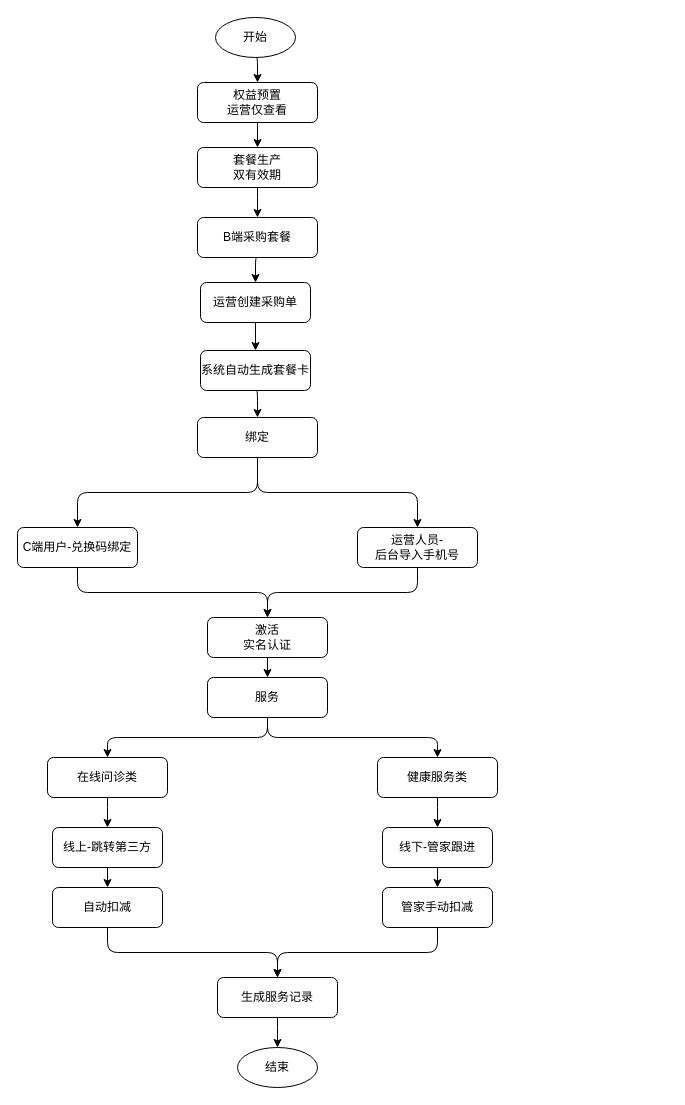
This is draw/未命名绘图.drawio from linya923/drawio, a draw.io file, before an edit. Source tidied: cells renumbered, new cells numbered last; positions are measured from the earlier drawing's top-left corner, leaving out a move shared by most shapes. Both pictures are drawn from the tidied source at 100%, with x=0, y=0 at pixel (17, 17).
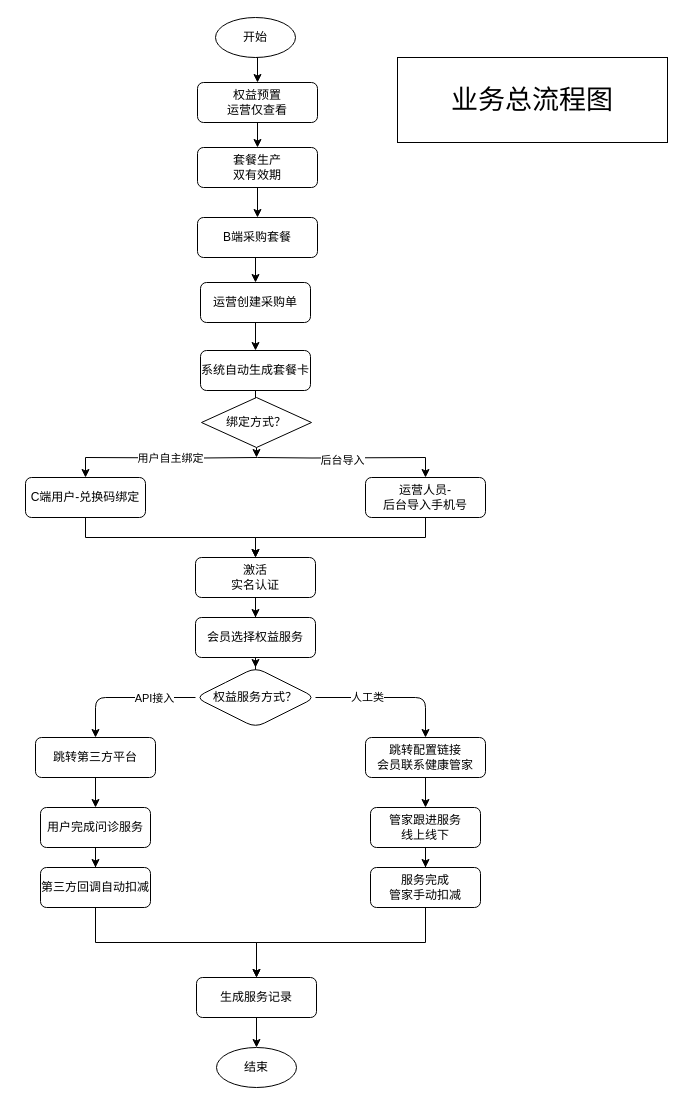
The same page after the edit.

Commit message:
更新未命名绘图.drawio

The change refers to these unchanged cells:
```xml
<mxCell id="3" value="权益预置&lt;div&gt;运营仅查看&lt;/div&gt;" style="rounded=1;whiteSpace=wrap;html=1;fontSize=12;glass=0;strokeWidth=1;shadow=0;roundedPerimeter=1;" parent="1" vertex="1">
  <mxGeometry x="180" y="65" width="120" height="40" as="geometry" />
</mxCell>
<mxCell id="5" value="套餐生产&lt;div&gt;双有效期&lt;/div&gt;" style="rounded=1;whiteSpace=wrap;html=1;fontSize=12;glass=0;strokeWidth=1;shadow=0;roundedPerimeter=1;" parent="1" vertex="1">
  <mxGeometry x="180" y="130" width="120" height="40" as="geometry" />
</mxCell>
<mxCell id="7" value="B端采购套餐" style="rounded=1;whiteSpace=wrap;html=1;fontSize=12;glass=0;strokeWidth=1;shadow=0;roundedPerimeter=1;" parent="1" vertex="1">
  <mxGeometry x="180" y="200" width="120" height="40" as="geometry" />
</mxCell>
<mxCell id="16" value="运营创建采购单" style="rounded=1;whiteSpace=wrap;html=1;roundedPerimeter=1;" parent="1" vertex="1">
  <mxGeometry x="183" y="265" width="110" height="40" as="geometry" />
</mxCell>
<mxCell id="18" value="系统自动生成套餐卡" style="rounded=1;whiteSpace=wrap;html=1;roundedPerimeter=1;" parent="1" vertex="1">
  <mxGeometry x="183" y="333" width="110" height="40" as="geometry" />
</mxCell>
<mxCell id="40" value="开始" style="ellipse;whiteSpace=wrap;html=1;shapeInside=1;rounded=1;glass=0;strokeWidth=1;shadow=0;roundedPerimeter=1;" parent="1" vertex="1">
  <mxGeometry x="198" width="80" height="40" as="geometry" />
</mxCell>
```

What changed in the source:
```diff
@@
-    <mxCell id="2" style="edgeStyle=orthogonalEdgeStyle;rounded=1;jettySize=auto;html=1;exitX=0.5;exitY=1;exitDx=0;exitDy=0;entryX=0.5;entryY=0;entryDx=0;entryDy=0;defaultLabelBackgroundColor=page;" parent="1" edge="1" source="3" target="5">
+    <mxCell id="2" style="edgeStyle=orthogonalEdgeStyle;rounded=0;jettySize=auto;html=1;exitX=0.5;exitY=1;exitDx=0;exitDy=0;entryX=0.5;entryY=0;entryDx=0;entryDy=0;defaultLabelBackgroundColor=page;flowAnimation=0;curved=0;" parent="1" edge="1" source="3" target="5">
       <mxGeometry relative="1" as="geometry" />
     </mxCell>
@@
-    <mxCell id="4" style="edgeStyle=orthogonalEdgeStyle;rounded=1;jettySize=auto;html=1;exitX=0.5;exitY=1;exitDx=0;exitDy=0;defaultLabelBackgroundColor=page;" parent="1" edge="1" source="5" target="7">
+    <mxCell id="4" style="edgeStyle=orthogonalEdgeStyle;rounded=0;jettySize=auto;html=1;exitX=0.5;exitY=1;exitDx=0;exitDy=0;defaultLabelBackgroundColor=page;curved=0;" parent="1" edge="1" source="5" target="7">
       <mxGeometry relative="1" as="geometry" />
     </mxCell>
@@
-    <mxCell id="6" style="edgeStyle=orthogonalEdgeStyle;rounded=1;jettySize=auto;html=1;exitX=0.5;exitY=1;exitDx=0;exitDy=0;entryX=0.5;entryY=0;entryDx=0;entryDy=0;defaultLabelBackgroundColor=page;" parent="1" edge="1" source="7" target="16">
+    <mxCell id="6" style="edgeStyle=orthogonalEdgeStyle;rounded=0;jettySize=auto;html=1;exitX=0.5;exitY=1;exitDx=0;exitDy=0;entryX=0.5;entryY=0;entryDx=0;entryDy=0;defaultLabelBackgroundColor=page;curved=0;" parent="1" edge="1" source="7" target="16">
       <mxGeometry relative="1" as="geometry" />
     </mxCell>
@@
-    <mxCell id="8" style="edgeStyle=orthogonalEdgeStyle;rounded=1;jettySize=auto;html=1;exitX=0.5;exitY=1;exitDx=0;exitDy=0;entryX=0.5;entryY=0;entryDx=0;entryDy=0;defaultLabelBackgroundColor=page;" parent="1" edge="1" source="10" target="12">
-      <mxGeometry x="-0.85" relative="1" as="geometry" />
+    <mxCell id="8" style="edgeStyle=orthogonalEdgeStyle;rounded=0;jettySize=auto;html=1;exitX=0.5;exitY=1;exitDx=0;exitDy=0;entryX=0.5;entryY=0;entryDx=0;entryDy=0;defaultLabelBackgroundColor=page;curved=0;" parent="1" edge="1" target="12">
+      <mxGeometry x="-0.85" relative="1" as="geometry">
+        <mxPoint x="240" y="440" as="sourcePoint" />
+      </mxGeometry>
     </mxCell>
+    <mxCell id="41" value="用户自主绑定" style="edgeLabel;html=1;align=center;verticalAlign=middle;inheritText=1;defaultLabelBackgroundColor=page;" parent="8" vertex="1">
+      <mxGeometry x="-0.09" relative="1" as="geometry" />
+    </mxCell>
-    <mxCell id="9" style="edgeStyle=orthogonalEdgeStyle;rounded=1;jettySize=auto;html=1;exitX=0.5;exitY=1;exitDx=0;exitDy=0;entryX=0.5;entryY=0;entryDx=0;entryDy=0;defaultLabelBackgroundColor=page;" parent="1" edge="1" source="10" target="14">
-      <mxGeometry relative="1" as="geometry" />
+    <mxCell id="9" style="edgeStyle=orthogonalEdgeStyle;rounded=0;jettySize=auto;html=1;exitX=0.5;exitY=1;exitDx=0;exitDy=0;entryX=0.5;entryY=0;entryDx=0;entryDy=0;defaultLabelBackgroundColor=page;flowAnimation=0;followTerminals=0;curved=0;" parent="1" edge="1" target="14">
+      <mxGeometry relative="1" as="geometry">
+        <mxPoint x="240" y="440" as="sourcePoint" />
+      </mxGeometry>
     </mxCell>
-    <mxCell id="10" value="绑定" style="rounded=1;whiteSpace=wrap;html=1;fontSize=12;glass=0;strokeWidth=1;shadow=0;roundedPerimeter=1;" parent="1" vertex="1">
-      <mxGeometry x="180" y="400" width="120" height="40" as="geometry" />
-    </mxCell>
+    <mxCell id="42" value="后台导入" style="edgeLabel;html=1;align=center;verticalAlign=middle;inheritText=1;defaultLabelBackgroundColor=page;" parent="9" vertex="1">
+      <mxGeometry x="-0.1" y="-2" relative="1" as="geometry" />
+    </mxCell>
-    <mxCell id="11" style="edgeStyle=orthogonalEdgeStyle;rounded=1;jettySize=auto;html=1;exitX=0.5;exitY=1;exitDx=0;exitDy=0;defaultLabelBackgroundColor=page;" parent="1" edge="1" source="12" target="20">
+    <mxCell id="11" style="edgeStyle=orthogonalEdgeStyle;rounded=0;jettySize=auto;html=1;exitX=0.5;exitY=1;exitDx=0;exitDy=0;defaultLabelBackgroundColor=page;curved=0;" parent="1" edge="1" source="12" target="20">
       <mxGeometry relative="1" as="geometry" />
     </mxCell>
     <mxCell id="12" value="C端用户-兑换码绑定" style="rounded=1;whiteSpace=wrap;html=1;fontSize=12;glass=0;strokeWidth=1;shadow=0;roundedPerimeter=1;" parent="1" vertex="1">
-      <mxGeometry y="510" width="120" height="40" as="geometry" />
+      <mxGeometry x="8" y="460" width="120" height="40" as="geometry" />
     </mxCell>
-    <mxCell id="13" style="edgeStyle=orthogonalEdgeStyle;rounded=1;jettySize=auto;html=1;exitX=0.5;exitY=1;exitDx=0;exitDy=0;entryX=0.5;entryY=0;entryDx=0;entryDy=0;defaultLabelBackgroundColor=page;" parent="1" edge="1" source="14" target="20">
+    <mxCell id="13" style="edgeStyle=orthogonalEdgeStyle;rounded=0;jettySize=auto;html=1;exitX=0.5;exitY=1;exitDx=0;exitDy=0;entryX=0.5;entryY=0;entryDx=0;entryDy=0;defaultLabelBackgroundColor=page;curved=0;" parent="1" edge="1" source="14" target="20">
       <mxGeometry relative="1" as="geometry" />
     </mxCell>
     <mxCell id="14" value="运营人员-&lt;div&gt;后台导入手机号&lt;/div&gt;" style="rounded=1;whiteSpace=wrap;html=1;fontSize=12;glass=0;strokeWidth=1;shadow=0;roundedPerimeter=1;" parent="1" vertex="1">
-      <mxGeometry x="340" y="510" width="120" height="40" as="geometry" />
+      <mxGeometry x="348" y="460" width="120" height="40" as="geometry" />
     </mxCell>
-    <mxCell id="15" style="edgeStyle=orthogonalEdgeStyle;rounded=1;jettySize=auto;html=1;exitX=0.5;exitY=1;exitDx=0;exitDy=0;defaultLabelBackgroundColor=page;" parent="1" edge="1" source="16" target="18">
+    <mxCell id="15" style="edgeStyle=orthogonalEdgeStyle;rounded=0;jettySize=auto;html=1;exitX=0.5;exitY=1;exitDx=0;exitDy=0;defaultLabelBackgroundColor=page;curved=0;" parent="1" edge="1" source="16" target="18">
       <mxGeometry relative="1" as="geometry" />
     </mxCell>
@@
-    <mxCell id="17" style="edgeStyle=orthogonalEdgeStyle;rounded=1;jettySize=auto;html=1;exitX=0.5;exitY=1;exitDx=0;exitDy=0;entryX=0.5;entryY=0;entryDx=0;entryDy=0;defaultLabelBackgroundColor=page;" parent="1" edge="1" source="18" target="10">
-      <mxGeometry relative="1" as="geometry" />
-    </mxCell>
+    <mxCell id="43" style="edgeStyle=orthogonalEdgeStyle;rounded=1;jettySize=auto;html=1;defaultLabelBackgroundColor=page;" parent="1" edge="1" source="18" target="46">
+      <mxGeometry relative="1" as="geometry" />
+    </mxCell>
@@
-    <mxCell id="19" style="edgeStyle=orthogonalEdgeStyle;rounded=1;jettySize=auto;html=1;defaultLabelBackgroundColor=page;" parent="1" edge="1" source="20" target="23">
+    <mxCell id="19" style="edgeStyle=orthogonalEdgeStyle;rounded=0;jettySize=auto;html=1;defaultLabelBackgroundColor=page;curved=0;" parent="1" edge="1" source="20" target="23">
       <mxGeometry relative="1" as="geometry" />
     </mxCell>
     <mxCell id="20" value="激活&lt;div&gt;实名认证&lt;/div&gt;" style="rounded=1;whiteSpace=wrap;html=1;fontSize=12;glass=0;strokeWidth=1;shadow=0;roundedPerimeter=1;" parent="1" vertex="1">
-      <mxGeometry x="190" y="600" width="120" height="40" as="geometry" />
+      <mxGeometry x="178" y="540" width="120" height="40" as="geometry" />
     </mxCell>
-    <mxCell id="21" style="edgeStyle=orthogonalEdgeStyle;rounded=1;jettySize=auto;html=1;exitX=0.5;exitY=1;exitDx=0;exitDy=0;defaultLabelBackgroundColor=page;" parent="1" edge="1" source="23" target="25">
-      <mxGeometry relative="1" as="geometry" />
-    </mxCell>
-    <mxCell id="22" style="edgeStyle=orthogonalEdgeStyle;rounded=1;jettySize=auto;html=1;exitX=0.5;exitY=1;exitDx=0;exitDy=0;entryX=0.5;entryY=0;entryDx=0;entryDy=0;defaultLabelBackgroundColor=page;" parent="1" edge="1" source="23" target="27">
-      <mxGeometry relative="1" as="geometry" />
-    </mxCell>
+    <mxCell id="44" style="edgeStyle=orthogonalEdgeStyle;rounded=1;jettySize=auto;html=1;defaultLabelBackgroundColor=page;" parent="1" edge="1" source="23" target="51">
+      <mxGeometry relative="1" as="geometry" />
+    </mxCell>
-    <mxCell id="23" value="服务" style="whiteSpace=wrap;html=1;rounded=1;glass=0;strokeWidth=1;shadow=0;roundedPerimeter=1;" parent="1" vertex="1">
-      <mxGeometry x="190" y="660" width="120" height="40" as="geometry" />
+    <mxCell id="23" value="会员选择权益服务" style="whiteSpace=wrap;html=1;rounded=1;glass=0;strokeWidth=1;shadow=0;roundedPerimeter=1;" parent="1" vertex="1">
+      <mxGeometry x="178" y="600" width="120" height="40" as="geometry" />
     </mxCell>
-    <mxCell id="24" style="edgeStyle=orthogonalEdgeStyle;rounded=1;jettySize=auto;html=1;exitX=0.5;exitY=1;exitDx=0;exitDy=0;defaultLabelBackgroundColor=page;" parent="1" edge="1" source="25" target="29">
+    <mxCell id="24" style="edgeStyle=orthogonalEdgeStyle;rounded=0;jettySize=auto;html=1;exitX=0.5;exitY=1;exitDx=0;exitDy=0;defaultLabelBackgroundColor=page;curved=0;" parent="1" edge="1" source="25" target="29">
       <mxGeometry relative="1" as="geometry" />
     </mxCell>
-    <mxCell id="25" value="在线问诊类" style="whiteSpace=wrap;html=1;rounded=1;glass=0;strokeWidth=1;shadow=0;roundedPerimeter=1;" parent="1" vertex="1">
-      <mxGeometry x="30" y="740" width="120" height="40" as="geometry" />
+    <mxCell id="25" value="跳转第三方平台" style="whiteSpace=wrap;html=1;rounded=1;glass=0;strokeWidth=1;shadow=0;roundedPerimeter=1;" parent="1" vertex="1">
+      <mxGeometry x="18" y="720" width="120" height="40" as="geometry" />
     </mxCell>
-    <mxCell id="26" style="edgeStyle=orthogonalEdgeStyle;rounded=1;jettySize=auto;html=1;exitX=0.5;exitY=1;exitDx=0;exitDy=0;defaultLabelBackgroundColor=page;" parent="1" edge="1" source="27" target="31">
+    <mxCell id="26" style="edgeStyle=orthogonalEdgeStyle;rounded=0;jettySize=auto;html=1;exitX=0.5;exitY=1;exitDx=0;exitDy=0;defaultLabelBackgroundColor=page;curved=0;" parent="1" edge="1" source="27" target="31">
       <mxGeometry relative="1" as="geometry" />
     </mxCell>
-    <mxCell id="27" value="健康服务类" style="whiteSpace=wrap;html=1;rounded=1;glass=0;strokeWidth=1;shadow=0;roundedPerimeter=1;" parent="1" vertex="1">
-      <mxGeometry x="360" y="740" width="120" height="40" as="geometry" />
+    <mxCell id="27" value="&lt;div&gt;跳转配置链接&lt;/div&gt;会员联系健康管家" style="whiteSpace=wrap;html=1;rounded=1;glass=0;strokeWidth=1;shadow=0;roundedPerimeter=1;" parent="1" vertex="1">
+      <mxGeometry x="348" y="720" width="120" height="40" as="geometry" />
     </mxCell>
-    <mxCell id="28" style="edgeStyle=orthogonalEdgeStyle;rounded=1;jettySize=auto;html=1;exitX=0.5;exitY=1;exitDx=0;exitDy=0;defaultLabelBackgroundColor=page;" parent="1" edge="1" source="29" target="33">
+    <mxCell id="28" style="edgeStyle=orthogonalEdgeStyle;rounded=0;jettySize=auto;html=1;exitX=0.5;exitY=1;exitDx=0;exitDy=0;defaultLabelBackgroundColor=page;curved=0;" parent="1" edge="1" source="29" target="33">
       <mxGeometry relative="1" as="geometry" />
     </mxCell>
-    <mxCell id="29" value="线上-跳转第三方" style="rounded=1;whiteSpace=wrap;html=1;roundedPerimeter=1;" parent="1" vertex="1">
-      <mxGeometry x="35" y="810" width="110" height="40" as="geometry" />
+    <mxCell id="29" value="用户完成问诊服务" style="rounded=1;whiteSpace=wrap;html=1;roundedPerimeter=1;" parent="1" vertex="1">
+      <mxGeometry x="23" y="790" width="110" height="40" as="geometry" />
     </mxCell>
-    <mxCell id="30" style="edgeStyle=orthogonalEdgeStyle;rounded=1;jettySize=auto;html=1;exitX=0.5;exitY=1;exitDx=0;exitDy=0;defaultLabelBackgroundColor=page;" parent="1" edge="1" source="31" target="35">
+    <mxCell id="30" style="edgeStyle=orthogonalEdgeStyle;rounded=0;jettySize=auto;html=1;exitX=0.5;exitY=1;exitDx=0;exitDy=0;defaultLabelBackgroundColor=page;curved=0;" parent="1" edge="1" source="31" target="35">
       <mxGeometry relative="1" as="geometry" />
     </mxCell>
-    <mxCell id="31" value="线下-管家跟进" style="rounded=1;whiteSpace=wrap;html=1;roundedPerimeter=1;" parent="1" vertex="1">
-      <mxGeometry x="365" y="810" width="110" height="40" as="geometry" />
+    <mxCell id="31" value="管家跟进服务&lt;div&gt;线上线下&lt;/div&gt;" style="rounded=1;whiteSpace=wrap;html=1;roundedPerimeter=1;" parent="1" vertex="1">
+      <mxGeometry x="353" y="790" width="110" height="40" as="geometry" />
     </mxCell>
-    <mxCell id="32" style="edgeStyle=orthogonalEdgeStyle;rounded=1;jettySize=auto;html=1;exitX=0.5;exitY=1;exitDx=0;exitDy=0;defaultLabelBackgroundColor=page;" parent="1" edge="1" source="33" target="37">
+    <mxCell id="32" style="edgeStyle=orthogonalEdgeStyle;rounded=0;jettySize=auto;html=1;exitX=0.5;exitY=1;exitDx=0;exitDy=0;defaultLabelBackgroundColor=page;curved=0;" parent="1" edge="1" source="33" target="37">
       <mxGeometry relative="1" as="geometry" />
     </mxCell>
-    <mxCell id="33" value="自动扣减" style="rounded=1;whiteSpace=wrap;html=1;roundedPerimeter=1;" parent="1" vertex="1">
-      <mxGeometry x="35" y="870" width="110" height="40" as="geometry" />
+    <mxCell id="33" value="第三方回调自动扣减" style="rounded=1;whiteSpace=wrap;html=1;roundedPerimeter=1;" parent="1" vertex="1">
+      <mxGeometry x="23" y="850" width="110" height="40" as="geometry" />
     </mxCell>
-    <mxCell id="34" style="edgeStyle=orthogonalEdgeStyle;rounded=1;jettySize=auto;html=1;exitX=0.5;exitY=1;exitDx=0;exitDy=0;entryX=0.5;entryY=0;entryDx=0;entryDy=0;defaultLabelBackgroundColor=page;" parent="1" edge="1" source="35" target="37">
+    <mxCell id="34" style="edgeStyle=orthogonalEdgeStyle;rounded=0;jettySize=auto;html=1;exitX=0.5;exitY=1;exitDx=0;exitDy=0;entryX=0.5;entryY=0;entryDx=0;entryDy=0;defaultLabelBackgroundColor=page;curved=0;" parent="1" edge="1" source="35" target="37">
       <mxGeometry relative="1" as="geometry" />
     </mxCell>
-    <mxCell id="35" value="管家手动扣减" style="rounded=1;whiteSpace=wrap;html=1;roundedPerimeter=1;" parent="1" vertex="1">
-      <mxGeometry x="365" y="870" width="110" height="40" as="geometry" />
+    <mxCell id="35" value="&lt;div&gt;服务完成&lt;/div&gt;管家手动扣减" style="rounded=1;whiteSpace=wrap;html=1;roundedPerimeter=1;" parent="1" vertex="1">
+      <mxGeometry x="353" y="850" width="110" height="40" as="geometry" />
     </mxCell>
-    <mxCell id="36" style="edgeStyle=orthogonalEdgeStyle;rounded=1;jettySize=auto;html=1;defaultLabelBackgroundColor=page;" parent="1" edge="1" source="37" target="38">
+    <mxCell id="36" style="edgeStyle=orthogonalEdgeStyle;rounded=0;jettySize=auto;html=1;defaultLabelBackgroundColor=page;curved=0;" parent="1" edge="1" source="37" target="38">
       <mxGeometry relative="1" as="geometry" />
     </mxCell>
     <mxCell id="37" value="生成服务记录" style="whiteSpace=wrap;html=1;rounded=1;glass=0;strokeWidth=1;shadow=0;roundedPerimeter=1;" parent="1" vertex="1">
-      <mxGeometry x="200" y="960" width="120" height="40" as="geometry" />
+      <mxGeometry x="179" y="960" width="120" height="40" as="geometry" />
     </mxCell>
     <mxCell id="38" value="结束" style="ellipse;whiteSpace=wrap;html=1;shapeInside=1;rounded=1;glass=0;strokeWidth=1;shadow=0;roundedPerimeter=1;" parent="1" vertex="1">
-      <mxGeometry x="220" y="1030" width="80" height="40" as="geometry" />
+      <mxGeometry x="199" y="1030" width="80" height="40" as="geometry" />
     </mxCell>
-    <mxCell id="39" style="edgeStyle=orthogonalEdgeStyle;rounded=1;jettySize=auto;html=1;exitX=0.5;exitY=1;exitDx=0;exitDy=0;entryX=0.5;entryY=0;entryDx=0;entryDy=0;defaultLabelBackgroundColor=page;" parent="1" edge="1" source="40" target="3">
+    <mxCell id="39" style="edgeStyle=orthogonalEdgeStyle;rounded=0;jettySize=auto;html=1;exitX=0.5;exitY=1;exitDx=0;exitDy=0;entryX=0.5;entryY=0;entryDx=0;entryDy=0;defaultLabelBackgroundColor=page;curved=0;" parent="1" edge="1" source="40" target="3">
       <mxGeometry relative="1" as="geometry" />
     </mxCell>
@@
+    <mxCell id="45" style="edgeStyle=orthogonalEdgeStyle;rounded=1;jettySize=auto;html=1;exitX=0.5;exitY=1;exitDx=0;exitDy=0;defaultLabelBackgroundColor=page;" parent="1" edge="1" source="46">
+      <mxGeometry relative="1" as="geometry">
+        <mxPoint x="239" y="440" as="targetPoint" />
+      </mxGeometry>
+    </mxCell>
+    <mxCell id="46" value="绑定方式？" style="rhombus;whiteSpace=wrap;html=1;shapeInside=1;rounded=0;" parent="1" vertex="1">
+      <mxGeometry x="184" y="380" width="110" height="50" as="geometry" />
+    </mxCell>
+    <mxCell id="47" style="edgeStyle=orthogonalEdgeStyle;rounded=1;jettySize=auto;html=1;exitX=0;exitY=0.5;exitDx=0;exitDy=0;defaultLabelBackgroundColor=page;" parent="1" edge="1" source="51" target="25">
+      <mxGeometry relative="1" as="geometry" />
+    </mxCell>
+    <mxCell id="48" value="API接入" style="edgeLabel;html=1;align=center;verticalAlign=middle;inheritText=1;defaultLabelBackgroundColor=page;" parent="47" vertex="1">
+      <mxGeometry x="-0.4" relative="1" as="geometry" />
+    </mxCell>
+    <mxCell id="49" style="edgeStyle=orthogonalEdgeStyle;rounded=1;jettySize=auto;html=1;exitX=1;exitY=0.5;exitDx=0;exitDy=0;defaultLabelBackgroundColor=page;" parent="1" edge="1" source="51" target="27">
+      <mxGeometry relative="1" as="geometry" />
+    </mxCell>
+    <mxCell id="50" value="人工类" style="edgeLabel;html=1;align=center;verticalAlign=middle;inheritText=1;defaultLabelBackgroundColor=page;" parent="49" vertex="1">
+      <mxGeometry x="-0.32" y="1" relative="1" as="geometry" />
+    </mxCell>
+    <mxCell id="51" value="权益服务方式？" style="rhombus;whiteSpace=wrap;html=1;shapeInside=1;rounded=1;glass=0;strokeWidth=1;shadow=0;roundedPerimeter=1;" parent="1" vertex="1">
+      <mxGeometry x="178" y="650" width="120" height="60" as="geometry" />
+    </mxCell>
+    <mxCell id="52" value="&lt;font style=&quot;font-size: 27px;&quot;&gt;业务总流程图&lt;/font&gt;" style="rounded=0;whiteSpace=wrap;html=1;" parent="1" vertex="1">
+      <mxGeometry x="380" y="40" width="270" height="85" as="geometry" />
+    </mxCell>
```
